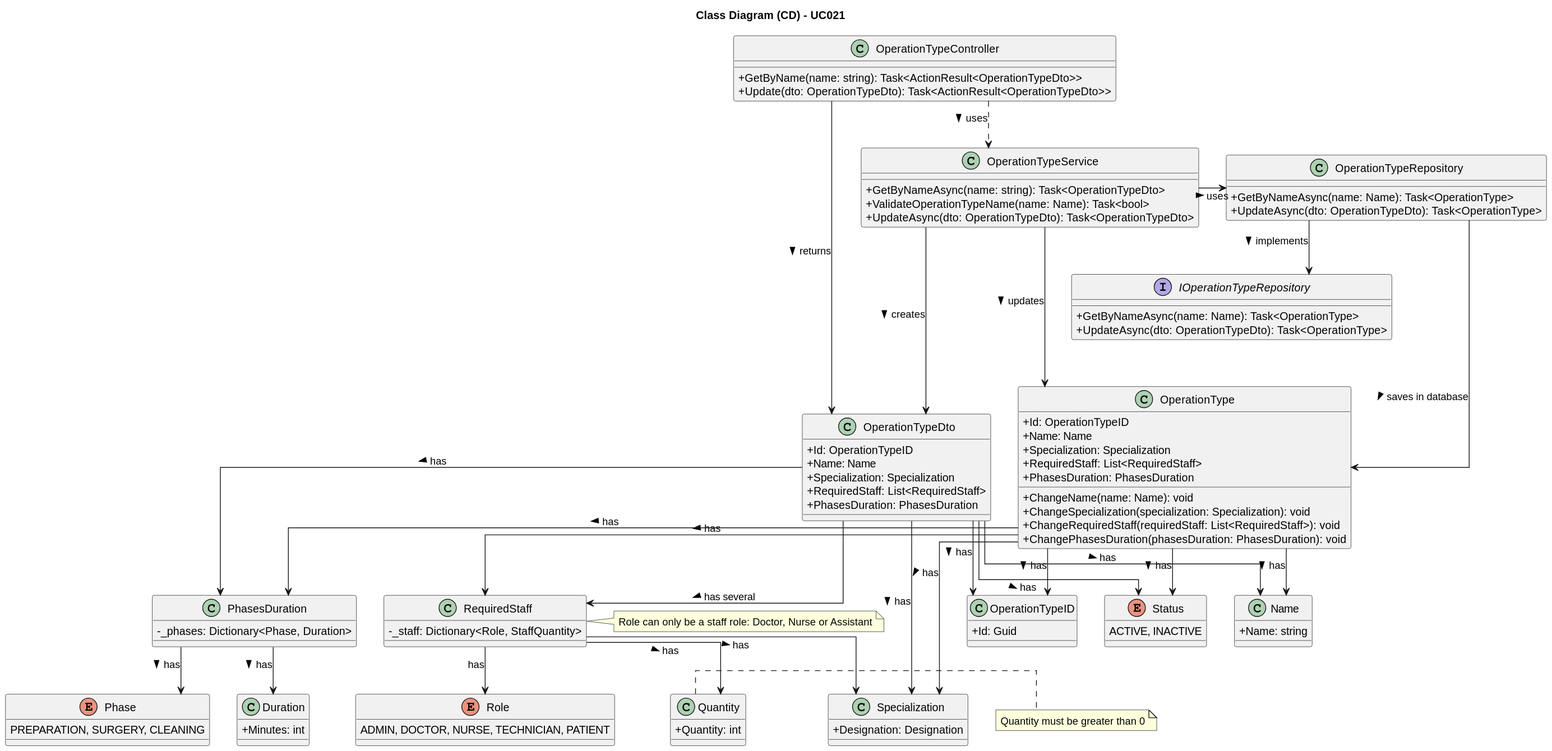
Before: docs/SprintA/UseCases/UC021/03.design/svg/uc021-class-diagram.svg, a diagram exported from PlantUML (1221124/sem5pi-24-25-g031). The source it was exported from:
```plantuml
@startuml
skinparam packageStyle rectangle
skinparam shadowing false
skinparam classAttributeIconSize 0
skinparam linetype ortho

left to right direction
top to bottom direction

title Class Diagram (CD) - UC021

class OperationTypeController {
    +GetByName(name: string): Task<ActionResult<OperationTypeDto>>
    +Update(dto: OperationTypeDto): Task<ActionResult<OperationTypeDto>>
}

class OperationTypeService {
    +GetByNameAsync(name: string): Task<OperationTypeDto>
    +ValidateOperationTypeName(name: Name): Task<bool>
    +UpdateAsync(dto: OperationTypeDto): Task<OperationTypeDto>
}

class OperationTypeRepository {
    +GetByNameAsync(name: Name): Task<OperationType>
    +UpdateAsync(dto: OperationTypeDto): Task<OperationType>
}

interface IOperationTypeRepository {
    +GetByNameAsync(name: Name): Task<OperationType>
    +UpdateAsync(dto: OperationTypeDto): Task<OperationType>
}

class OperationType {
    +Id: OperationTypeID
    +Name: Name
    +Specialization: Specialization
    +RequiredStaff: List<RequiredStaff>
    +PhasesDuration: PhasesDuration
    +ChangeName(name: Name): void
    +ChangeSpecialization(specialization: Specialization): void
    +ChangeRequiredStaff(requiredStaff: List<RequiredStaff>): void
    +ChangePhasesDuration(phasesDuration: PhasesDuration): void
}

class OperationTypeDto {
    +Id: OperationTypeID
    +Name: Name
    +Specialization: Specialization
    +RequiredStaff: List<RequiredStaff>
    +PhasesDuration: PhasesDuration
}

class RequiredStaff {
    - _staff: Dictionary<Role, StaffQuantity>
}
note right of RequiredStaff
    Role can only be a staff role: Doctor, Nurse or Assistant
end note

class Quantity {
    +Quantity: int
}
note right of Quantity
    Quantity must be greater than 0
end note

class Specialization {
    +Designation: Designation
}

class PhasesDuration {
    - _phases: Dictionary<Phase, Duration>
}

enum Phase {
    PREPARATION, SURGERY, CLEANING
}

class Duration {
    +Minutes: int
}

class Name {
    +Name: string
}

class OperationTypeID {
    +Id: Guid
}

enum Role {
    ADMIN, DOCTOR, NURSE, TECHNICIAN, PATIENT
}

enum Status {
    ACTIVE, INACTIVE
}

OperationTypeController .> OperationTypeService : > uses
OperationTypeController ----> OperationTypeDto : > returns

OperationTypeService -> OperationTypeRepository : > uses
OperationTypeService ---> OperationType : > updates
OperationTypeService ---> OperationTypeDto : > creates

OperationTypeRepository --> IOperationTypeRepository : > implements
OperationTypeRepository --> OperationType : > saves in database

OperationType --> OperationTypeID : > has
OperationType --> Name : > has
OperationType --> Status : > has
OperationType --> Specialization : > has
OperationType --> RequiredStaff : > has
OperationType --> PhasesDuration : > has

OperationTypeDto --> OperationTypeID : > has
OperationTypeDto --> Name : > has
OperationTypeDto --> Status : > has
OperationTypeDto --> Specialization : > has
OperationTypeDto --> RequiredStaff : > has several
OperationTypeDto --> PhasesDuration : > has

RequiredStaff --> Role: has
RequiredStaff --> Specialization : > has
RequiredStaff --> Quantity : > has

PhasesDuration --> Phase : > has
PhasesDuration --> Duration : > has
@enduml
```
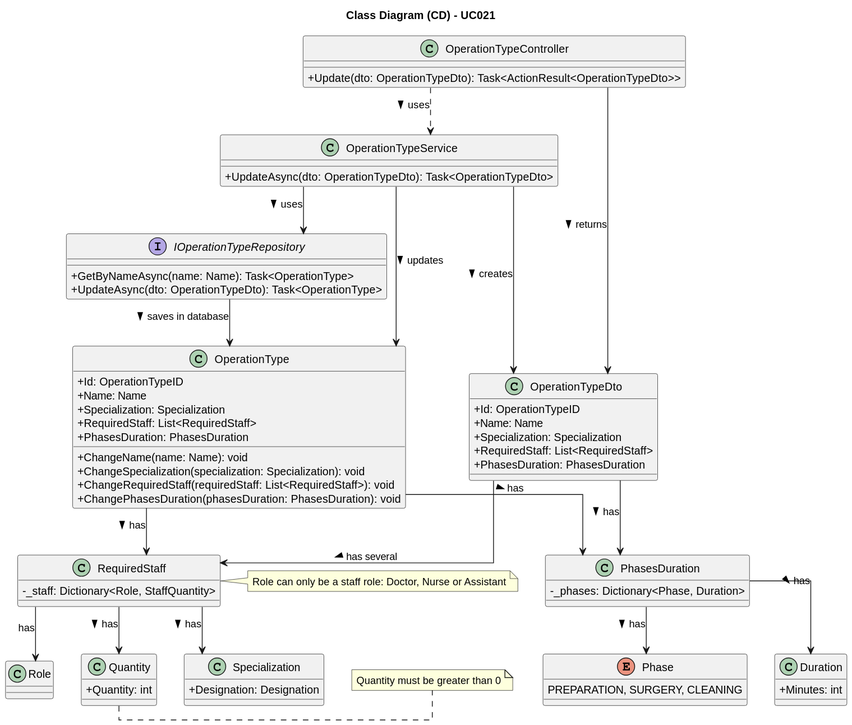
Above is the later version.

Diff of the diagram source:
```diff
@@ -10,19 +10,11 @@
 title Class Diagram (CD) - UC021
 
 class OperationTypeController {
-    +GetByName(name: string): Task<ActionResult<OperationTypeDto>>
     +Update(dto: OperationTypeDto): Task<ActionResult<OperationTypeDto>>
 }
 
 class OperationTypeService {
-    +GetByNameAsync(name: string): Task<OperationTypeDto>
-    +ValidateOperationTypeName(name: Name): Task<bool>
     +UpdateAsync(dto: OperationTypeDto): Task<OperationTypeDto>
-}
-
-class OperationTypeRepository {
-    +GetByNameAsync(name: Name): Task<OperationType>
-    +UpdateAsync(dto: OperationTypeDto): Task<OperationType>
 }
 
 interface IOperationTypeRepository {
@@ -80,43 +72,22 @@
     +Minutes: int
 }
 
-class Name {
-    +Name: string
-}
 
-class OperationTypeID {
-    +Id: Guid
-}
 
-enum Role {
-    ADMIN, DOCTOR, NURSE, TECHNICIAN, PATIENT
-}
 
-enum Status {
-    ACTIVE, INACTIVE
-}
 
 OperationTypeController .> OperationTypeService : > uses
 OperationTypeController ----> OperationTypeDto : > returns
 
-OperationTypeService -> OperationTypeRepository : > uses
+OperationTypeService -> IOperationTypeRepository : > uses
 OperationTypeService ---> OperationType : > updates
 OperationTypeService ---> OperationTypeDto : > creates
 
-OperationTypeRepository --> IOperationTypeRepository : > implements
-OperationTypeRepository --> OperationType : > saves in database
+IOperationTypeRepository --> OperationType : > saves in database
 
-OperationType --> OperationTypeID : > has
-OperationType --> Name : > has
-OperationType --> Status : > has
-OperationType --> Specialization : > has
 OperationType --> RequiredStaff : > has
 OperationType --> PhasesDuration : > has
 
-OperationTypeDto --> OperationTypeID : > has
-OperationTypeDto --> Name : > has
-OperationTypeDto --> Status : > has
-OperationTypeDto --> Specialization : > has
 OperationTypeDto --> RequiredStaff : > has several
 OperationTypeDto --> PhasesDuration : > has
 
```
